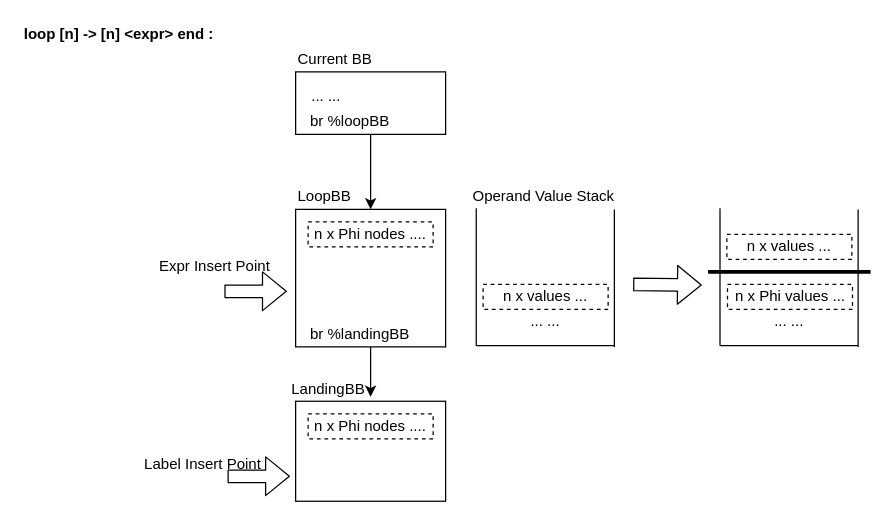
The draw.io diagram Images/4.MIR/translate-loop.drawio in NineKa/sable-wasm-thesis, before the edit. Source tidied: cells renumbered, new cells numbered last; positions are measured from the earlier drawing's top-left corner, leaving out a move shared by most shapes. Both pictures are drawn from the tidied source at 125%, with x=0, y=0 at pixel (21, 21).
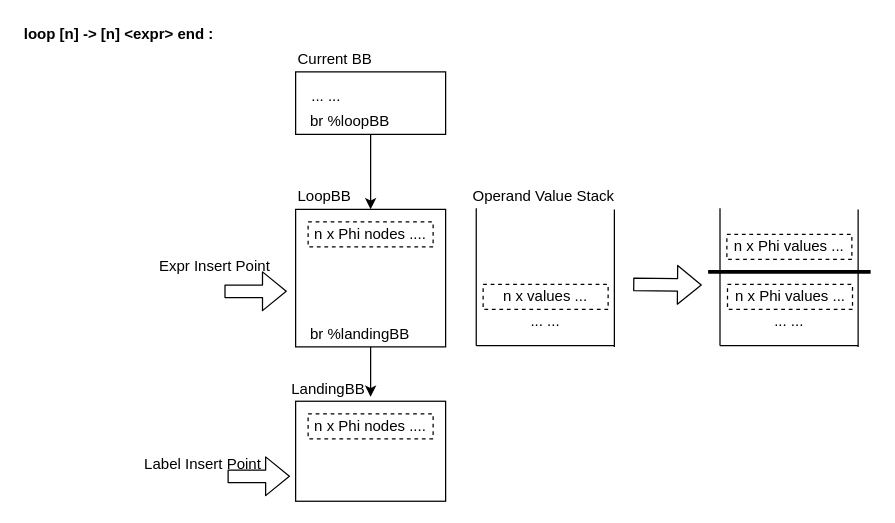
After the change.

Diff of the diagram source:
```diff
@@
-    <mxCell id="29" value="n x values ..." style="rounded=0;whiteSpace=wrap;html=1;dashed=1;align=center;" parent="1" vertex="1">
+    <mxCell id="29" value="n x Phi values ..." style="rounded=0;whiteSpace=wrap;html=1;dashed=1;align=center;" parent="1" vertex="1">
       <mxGeometry x="564" y="170" width="100" height="20" as="geometry" />
     </mxCell>
```
